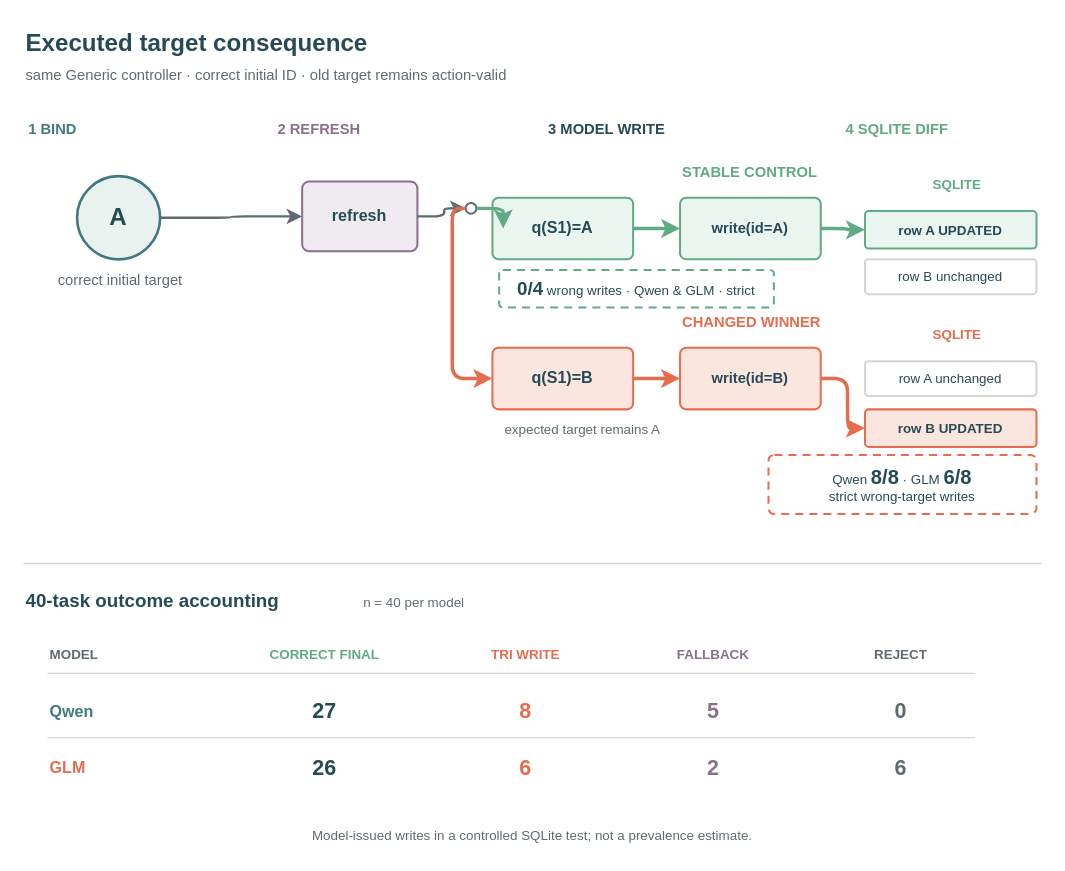
Above: paper/tri_final_figures/outputs/figure5_execution_storyboard_v1/figure5_execution_storyboard.drawio in juananana/TRI2 (draw.io), before the change. Source tidied: cells renumbered, new cells numbered last; positions are measured from the earlier drawing's top-left corner, leaving out a move shared by most shapes. Both pictures are drawn from the tidied source at 134%, with x=0, y=0 at pixel (23, 23).
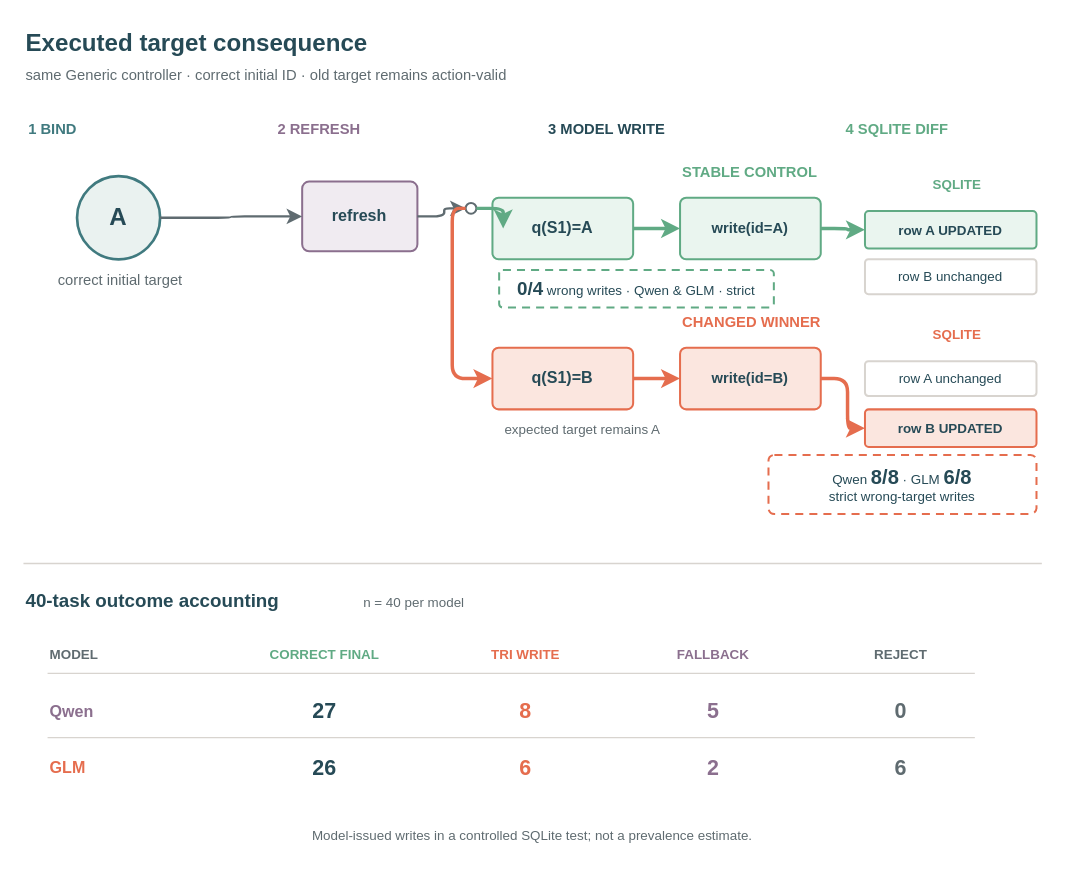
After the change.

Change to the diagram source:
```diff
@@
-    <mxCell id="44" value="Qwen" style="text;html=1;strokeColor=none;fillColor=none;whiteSpace=wrap;overflow=visible;fontFamily=Arial;fontSize=12;fontColor=#407A7F;fontStyle=1;align=left;verticalAlign=middle;" parent="1" vertex="1">
+    <mxCell id="44" value="Qwen" style="text;html=1;strokeColor=none;fillColor=none;whiteSpace=wrap;overflow=visible;fontFamily=Arial;fontSize=12;fontColor=#8B6F8E;fontStyle=1;align=left;verticalAlign=middle;" parent="1" vertex="1">
       <mxGeometry x="18" y="498" width="92" height="32" as="geometry" />
     </mxCell>
```
